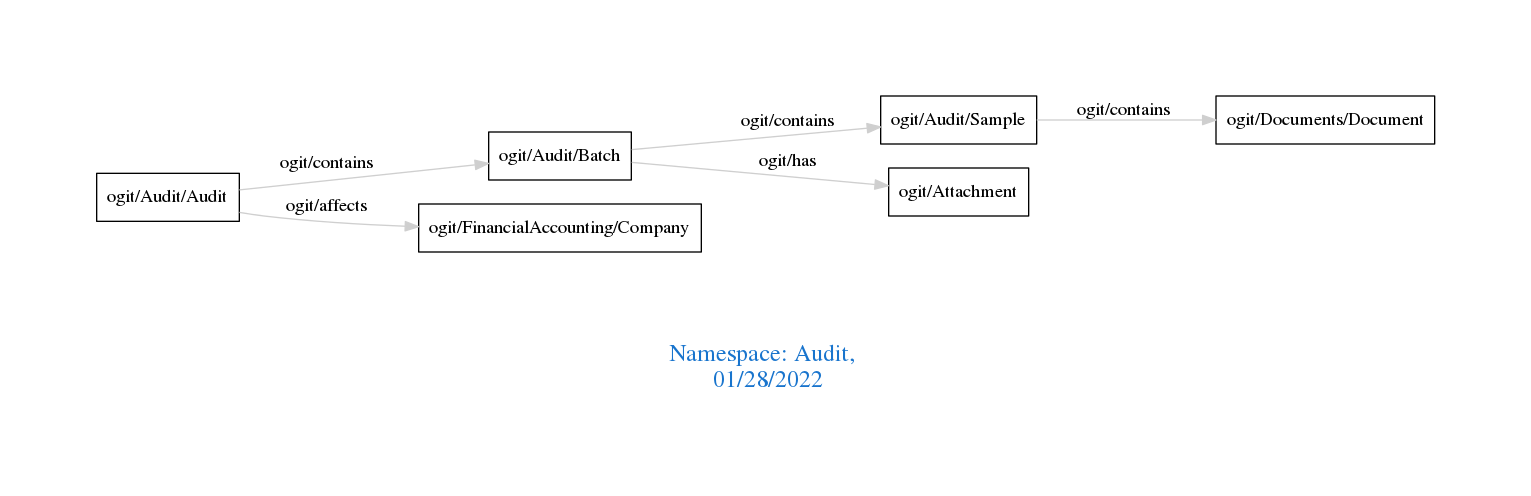
Above: downloads/Audit.png in arago/OGIT (Graphviz), before the change. Its source is kept beside it as downloads/Audit.dot.
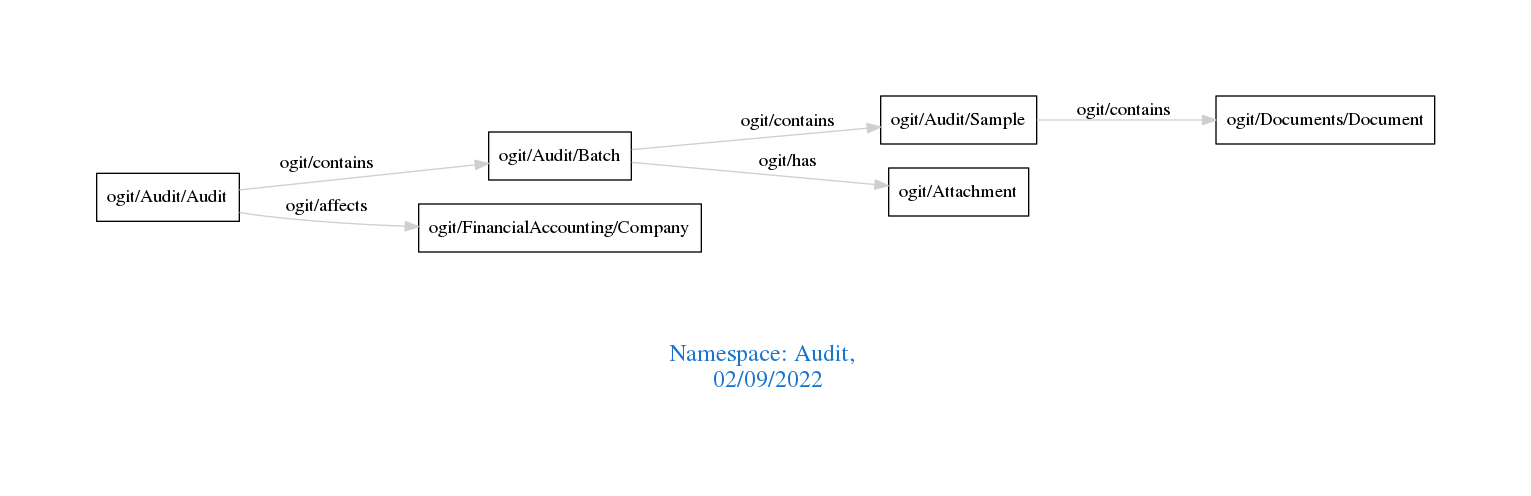
After the commit.

Change to the diagram source:
```diff
@@ -1,7 +1,7 @@
 digraph OGIT_ontology {
  graph [ rankdir= LR,pad=1
 fontsize = 18,
-fontcolor= dodgerblue3,label = "\n\n\nNamespace: Audit, \n 01/28/2022"];
+fontcolor= dodgerblue3,label = "\n\n\nNamespace: Audit, \n 02/09/2022"];
 node[shape=polygon];
 edge [  color="gray81"];
 
```
